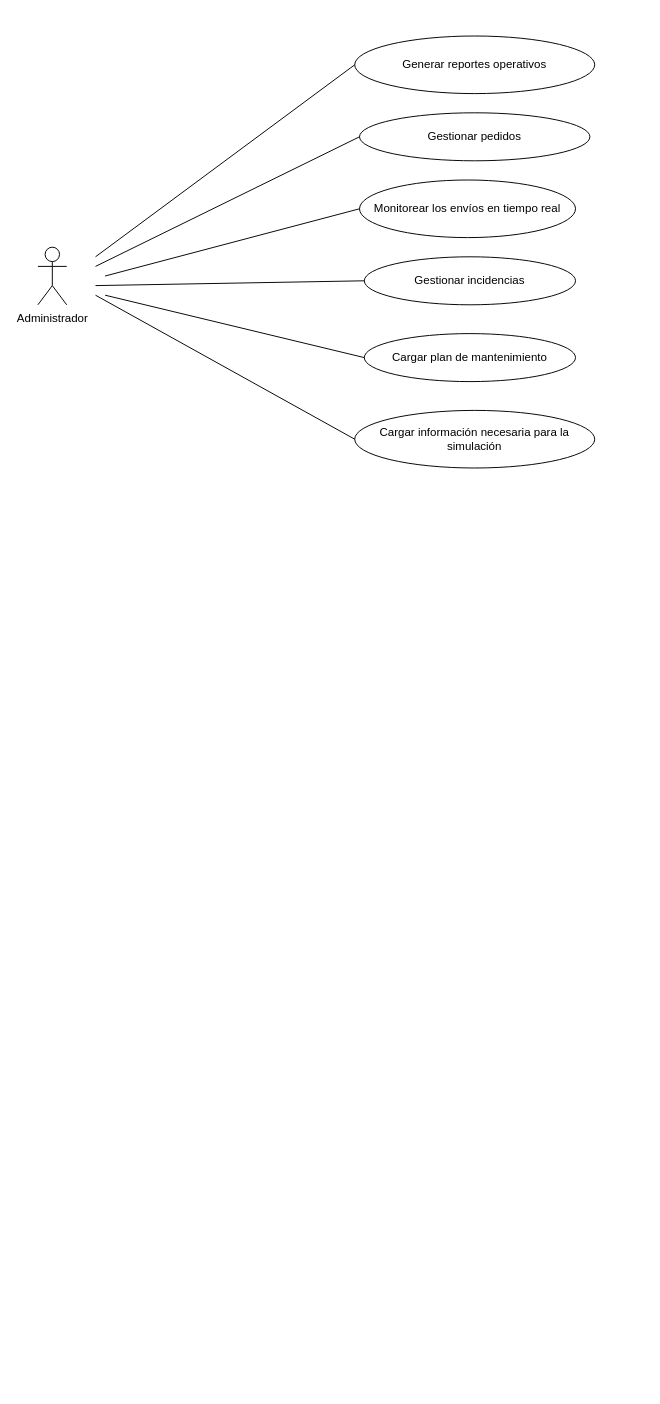
This is Diagrama sin título.drawio from MatiaswthH/Diagramas_drawio, a draw.io file, before an edit. Source tidied: cells renumbered, new cells numbered last; positions are measured from the earlier drawing's top-left corner, leaving out a move shared by most shapes. Both pictures are drawn from the tidied source at 96%, with x=0, y=0 at pixel (37, 36).
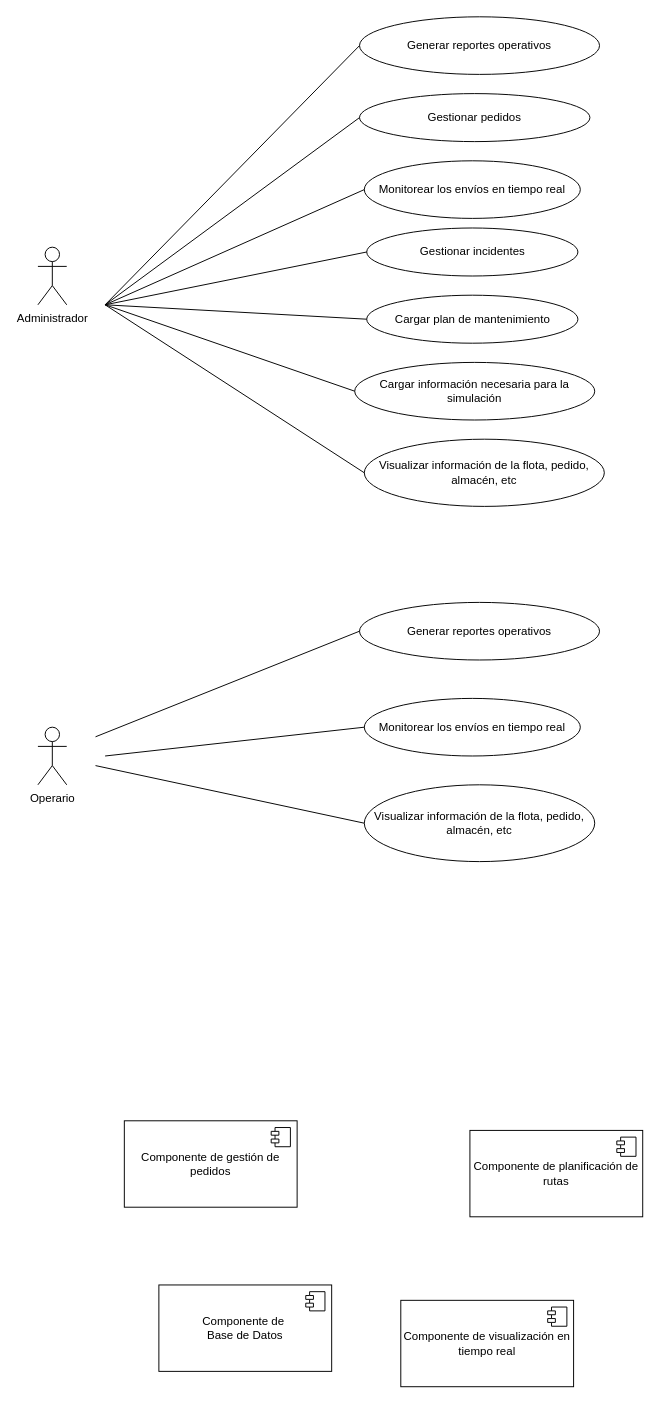
The same diagram, later.

The edit, as a diff of the source:
```diff
@@
     <mxCell id="3" value="Gestionar pedidos" style="ellipse;whiteSpace=wrap;html=1;" parent="1" vertex="1">
-      <mxGeometry x="335" y="80" width="240" height="50" as="geometry" />
+      <mxGeometry x="335" y="60" width="240" height="50" as="geometry" />
     </mxCell>
     <mxCell id="4" value="Monitorear los envíos en tiempo real" style="ellipse;whiteSpace=wrap;html=1;" parent="1" vertex="1">
-      <mxGeometry x="335" y="150" width="225" height="60" as="geometry" />
+      <mxGeometry x="340" y="130" width="225" height="60" as="geometry" />
     </mxCell>
-    <mxCell id="5" value="Gestionar incidencias" style="ellipse;whiteSpace=wrap;html=1;" parent="1" vertex="1">
-      <mxGeometry x="340" y="230" width="220" height="50" as="geometry" />
+    <mxCell id="5" value="Gestionar incidentes" style="ellipse;whiteSpace=wrap;html=1;" parent="1" vertex="1">
+      <mxGeometry x="342.5" y="200" width="220" height="50" as="geometry" />
     </mxCell>
     <mxCell id="6" value="Cargar plan de mantenimiento" style="ellipse;whiteSpace=wrap;html=1;" parent="1" vertex="1">
-      <mxGeometry x="340" y="310" width="220" height="50" as="geometry" />
+      <mxGeometry x="342.5" y="270" width="220" height="50" as="geometry" />
     </mxCell>
     <mxCell id="7" value="Cargar información necesaria para la simulación" style="ellipse;whiteSpace=wrap;html=1;" parent="1" vertex="1">
-      <mxGeometry x="330" y="390" width="250" height="60" as="geometry" />
+      <mxGeometry x="330" y="340" width="250" height="60" as="geometry" />
     </mxCell>
     <mxCell id="8" value="Generar reportes operativos" style="ellipse;whiteSpace=wrap;html=1;" parent="1" vertex="1">
-      <mxGeometry x="330" width="250" height="60" as="geometry" />
+      <mxGeometry x="335" y="-20" width="250" height="60" as="geometry" />
     </mxCell>
     <mxCell id="9" style="endArrow=none;html=1;rounded=0;entryX=0;entryY=0.5;entryDx=0;entryDy=0;" parent="1" edge="1" target="8">
       <mxGeometry relative="1" as="geometry">
-        <mxPoint x="60" y="230" as="sourcePoint" />
+        <mxPoint x="70" y="280" as="sourcePoint" />
       </mxGeometry>
     </mxCell>
     <mxCell id="10" style="endArrow=none;html=1;rounded=0;entryX=0;entryY=0.5;entryDx=0;entryDy=0;" parent="1" edge="1" target="3">
       <mxGeometry relative="1" as="geometry">
-        <mxPoint x="60" y="240" as="sourcePoint" />
+        <mxPoint x="70" y="280" as="sourcePoint" />
       </mxGeometry>
     </mxCell>
     <mxCell id="11" style="endArrow=none;html=1;rounded=0;entryX=0;entryY=0.5;entryDx=0;entryDy=0;" parent="1" edge="1" target="4">
       <mxGeometry relative="1" as="geometry">
-        <mxPoint x="70" y="250" as="sourcePoint" />
+        <mxPoint x="70" y="280" as="sourcePoint" />
       </mxGeometry>
     </mxCell>
     <mxCell id="12" style="endArrow=none;html=1;rounded=0;entryX=0;entryY=0.5;entryDx=0;entryDy=0;" parent="1" edge="1" target="5">
       <mxGeometry relative="1" as="geometry">
-        <mxPoint x="60" y="260" as="sourcePoint" />
+        <mxPoint x="70" y="280" as="sourcePoint" />
       </mxGeometry>
     </mxCell>
     <mxCell id="13" style="endArrow=none;html=1;rounded=0;entryX=0;entryY=0.5;entryDx=0;entryDy=0;" parent="1" edge="1" target="6">
       <mxGeometry relative="1" as="geometry">
-        <mxPoint x="70" y="270" as="sourcePoint" />
+        <mxPoint x="70" y="280" as="sourcePoint" />
       </mxGeometry>
     </mxCell>
-    <mxCell id="14" style="endArrow=none;html=1;rounded=0;entryX=0;entryY=0.5;entryDx=0;entryDy=0;" parent="1" edge="1" target="7">
-      <mxGeometry relative="1" as="geometry">
-        <mxPoint x="60" y="270" as="sourcePoint" />
-      </mxGeometry>
-    </mxCell>
+    <mxCell id="15" value="Operario" style="shape=umlActor;verticalLabelPosition=bottom;verticalAlign=top;html=1;" parent="1" vertex="1">
+      <mxGeometry y="720" width="30" height="60" as="geometry" />
+    </mxCell>
+    <mxCell id="16" value="Monitorear los envíos en tiempo real" style="ellipse;whiteSpace=wrap;html=1;" parent="1" vertex="1">
+      <mxGeometry x="340" y="690" width="225" height="60" as="geometry" />
+    </mxCell>
+    <mxCell id="17" value="Generar reportes operativos" style="ellipse;whiteSpace=wrap;html=1;" parent="1" vertex="1">
+      <mxGeometry x="335" y="590" width="250" height="60" as="geometry" />
+    </mxCell>
+    <mxCell id="18" style="endArrow=none;html=1;rounded=0;entryX=0;entryY=0.5;entryDx=0;entryDy=0;" parent="1" edge="1" target="17">
+      <mxGeometry relative="1" as="geometry">
+        <mxPoint x="60" y="730" as="sourcePoint" />
+      </mxGeometry>
+    </mxCell>
+    <mxCell id="19" style="endArrow=none;html=1;rounded=0;entryX=0;entryY=0.5;entryDx=0;entryDy=0;" parent="1" edge="1" target="16">
+      <mxGeometry relative="1" as="geometry">
+        <mxPoint x="70" y="750" as="sourcePoint" />
+      </mxGeometry>
+    </mxCell>
+    <mxCell id="20" style="endArrow=none;html=1;rounded=0;entryX=0;entryY=0.5;entryDx=0;entryDy=0;" parent="1" edge="1" target="21">
+      <mxGeometry relative="1" as="geometry">
+        <mxPoint x="60" y="760" as="sourcePoint" />
+      </mxGeometry>
+    </mxCell>
+    <mxCell id="21" value="Visualizar información de la flota, pedido, almacén, etc" style="ellipse;whiteSpace=wrap;html=1;" parent="1" vertex="1">
+      <mxGeometry x="340" y="780" width="240" height="80" as="geometry" />
+    </mxCell>
+    <mxCell id="22" value="Visualizar información de la flota, pedido, almacén, etc" style="ellipse;whiteSpace=wrap;html=1;" parent="1" vertex="1">
+      <mxGeometry x="340" y="420" width="250" height="70" as="geometry" />
+    </mxCell>
+    <mxCell id="23" style="endArrow=none;html=1;rounded=0;entryX=0;entryY=0.5;entryDx=0;entryDy=0;" parent="1" edge="1" target="7">
+      <mxGeometry relative="1" as="geometry">
+        <mxPoint x="70" y="280" as="sourcePoint" />
+      </mxGeometry>
+    </mxCell>
+    <mxCell id="24" style="endArrow=none;html=1;rounded=0;entryX=0;entryY=0.5;entryDx=0;entryDy=0;" parent="1" edge="1" target="22">
+      <mxGeometry relative="1" as="geometry">
+        <mxPoint x="70" y="280" as="sourcePoint" />
+      </mxGeometry>
+    </mxCell>
+    <mxCell id="25" value="Componente de gestión de pedidos" style="html=1;whiteSpace=wrap;" parent="1" vertex="1">
+      <mxGeometry x="90" y="1130" width="180" height="90" as="geometry" />
+    </mxCell>
+    <mxCell id="26" style="shape=module;jettyWidth=8;jettyHeight=4;" parent="25" vertex="1">
+      <mxGeometry x="1" width="20" height="20" relative="1" as="geometry">
+        <mxPoint x="-27" y="7" as="offset" />
+      </mxGeometry>
+    </mxCell>
+    <mxCell id="27" value="Componente de planificación de rutas" style="html=1;whiteSpace=wrap;" parent="1" vertex="1">
+      <mxGeometry x="450" y="1140" width="180" height="90" as="geometry" />
+    </mxCell>
+    <mxCell id="28" style="shape=module;jettyWidth=8;jettyHeight=4;" parent="27" vertex="1">
+      <mxGeometry x="1" width="20" height="20" relative="1" as="geometry">
+        <mxPoint x="-27" y="7" as="offset" />
+      </mxGeometry>
+    </mxCell>
+    <mxCell id="29" value="&lt;span&gt;Componente de visualización en tiempo real&lt;/span&gt;" style="html=1;whiteSpace=wrap;fontStyle=0;" parent="1" vertex="1">
+      <mxGeometry x="378" y="1317" width="180" height="90" as="geometry" />
+    </mxCell>
+    <mxCell id="30" style="shape=module;jettyWidth=8;jettyHeight=4;" parent="29" vertex="1">
+      <mxGeometry x="1" width="20" height="20" relative="1" as="geometry">
+        <mxPoint x="-27" y="7" as="offset" />
+      </mxGeometry>
+    </mxCell>
+    <mxCell id="31" value="&lt;span&gt;Componente de&amp;nbsp;&lt;/span&gt;&lt;div&gt;&lt;span&gt;Base de Datos&lt;/span&gt;&lt;/div&gt;" style="html=1;whiteSpace=wrap;fontStyle=0;" parent="1" vertex="1">
+      <mxGeometry x="126" y="1301" width="180" height="90" as="geometry" />
+    </mxCell>
+    <mxCell id="32" style="shape=module;jettyWidth=8;jettyHeight=4;" parent="31" vertex="1">
+      <mxGeometry x="1" width="20" height="20" relative="1" as="geometry">
+        <mxPoint x="-27" y="7" as="offset" />
+      </mxGeometry>
+    </mxCell>
```
